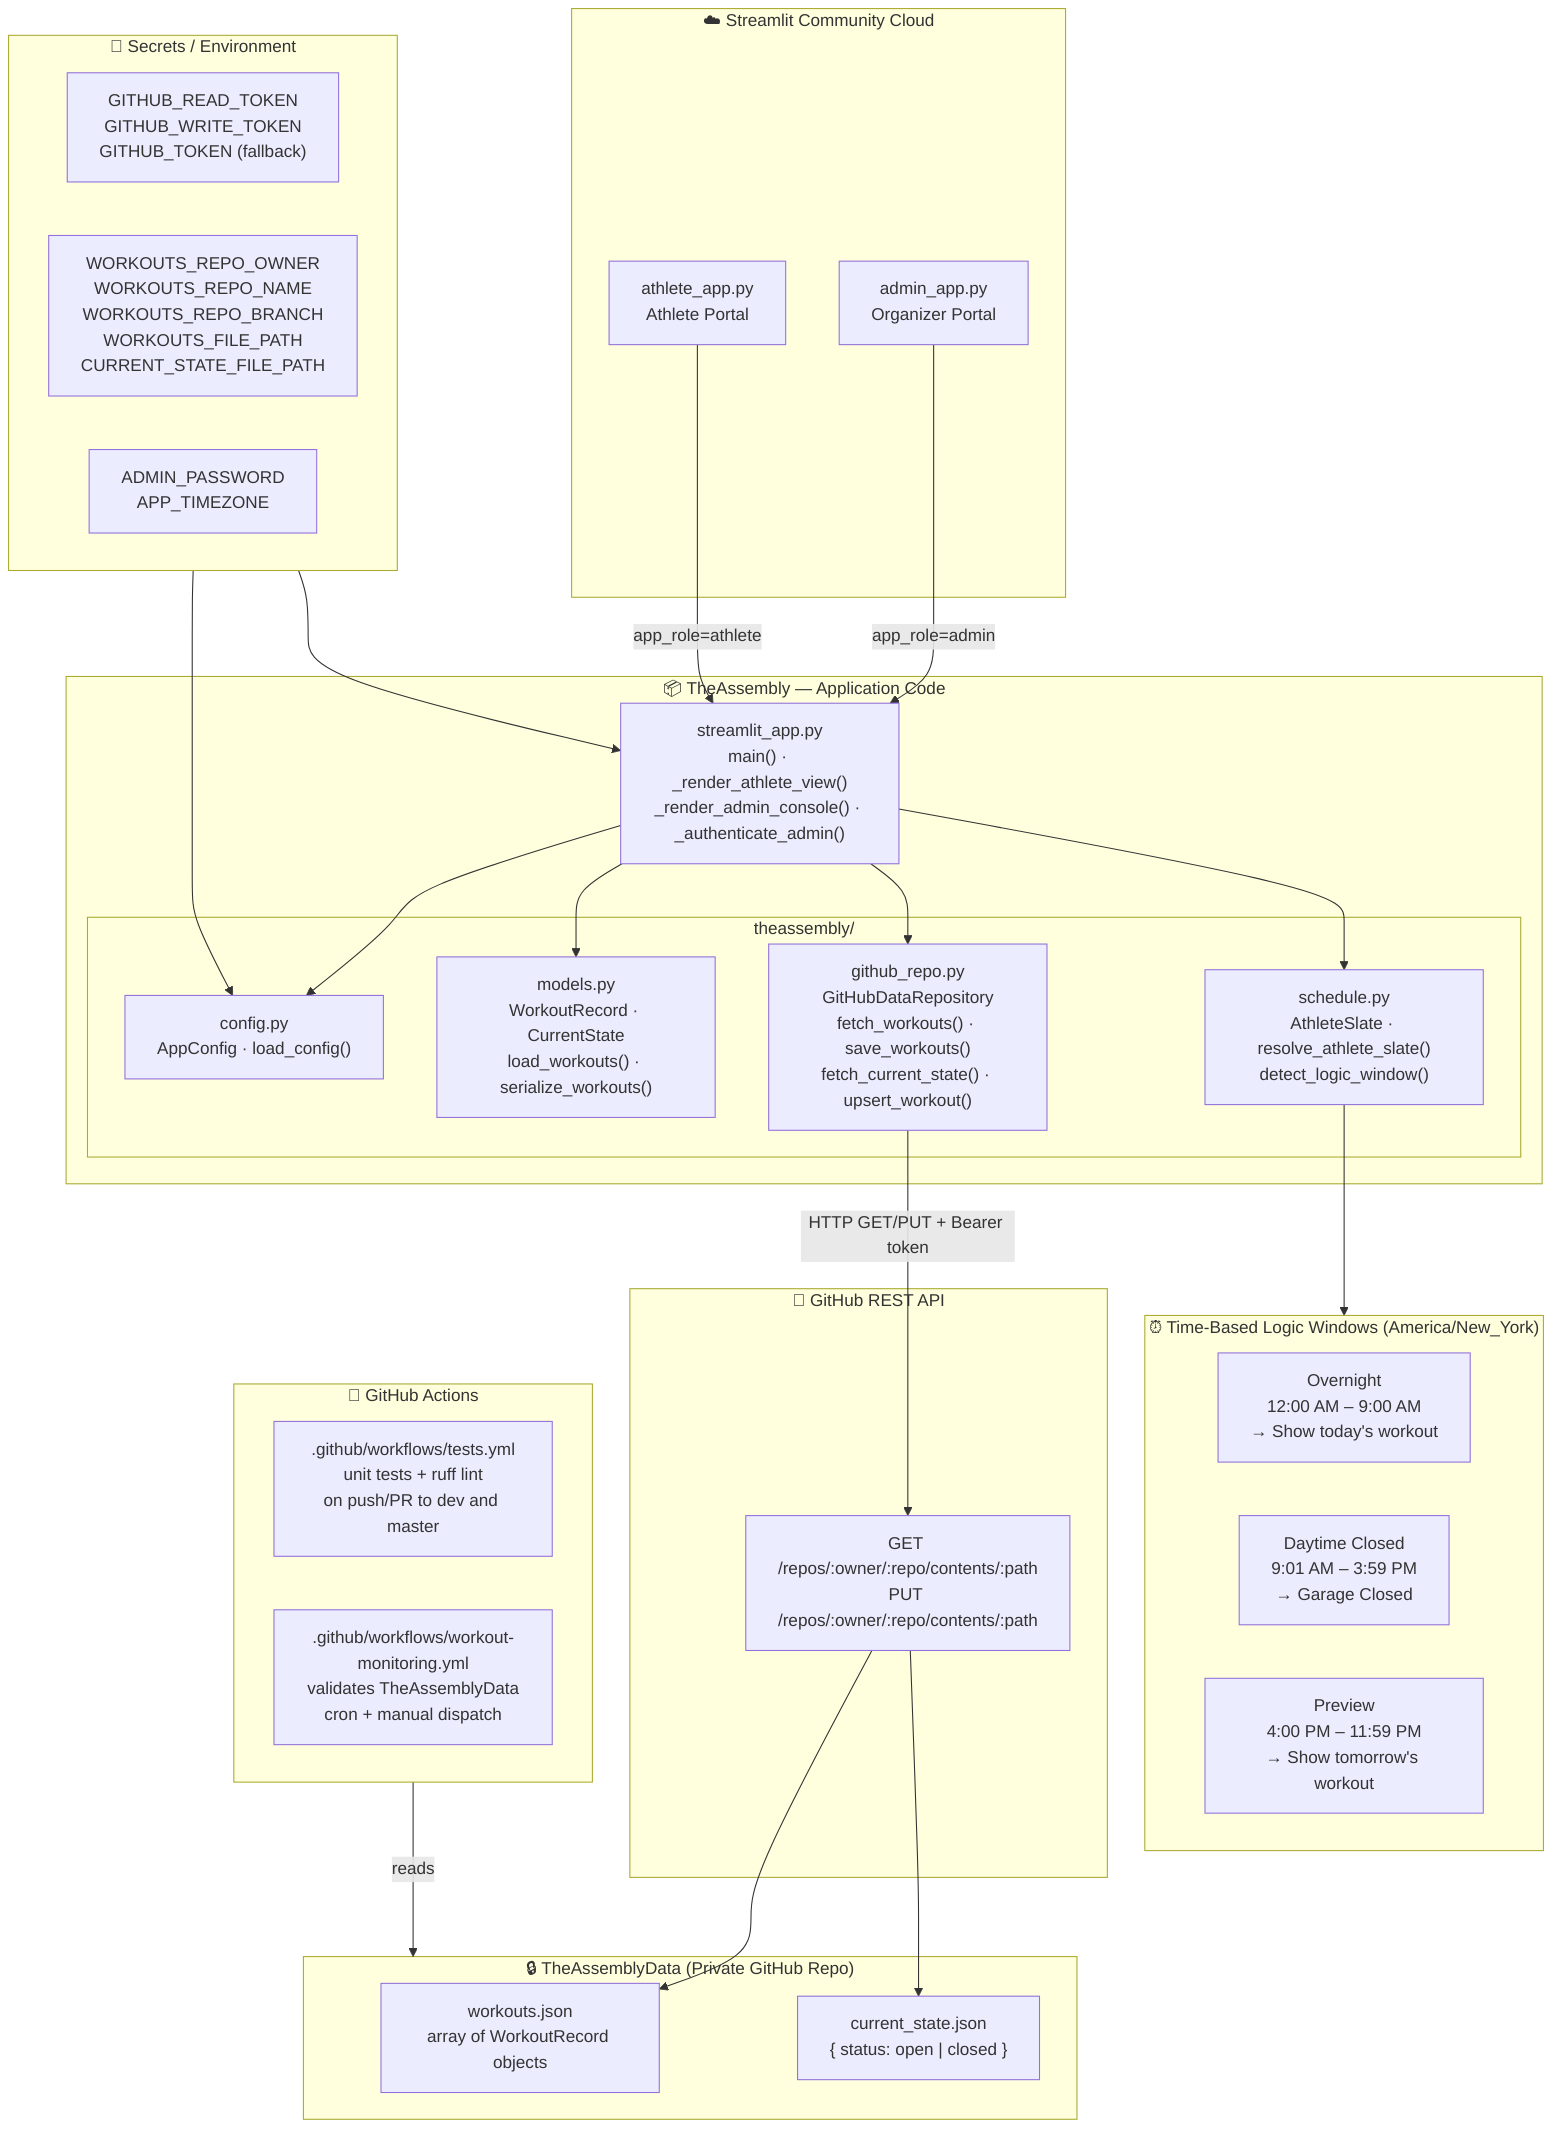
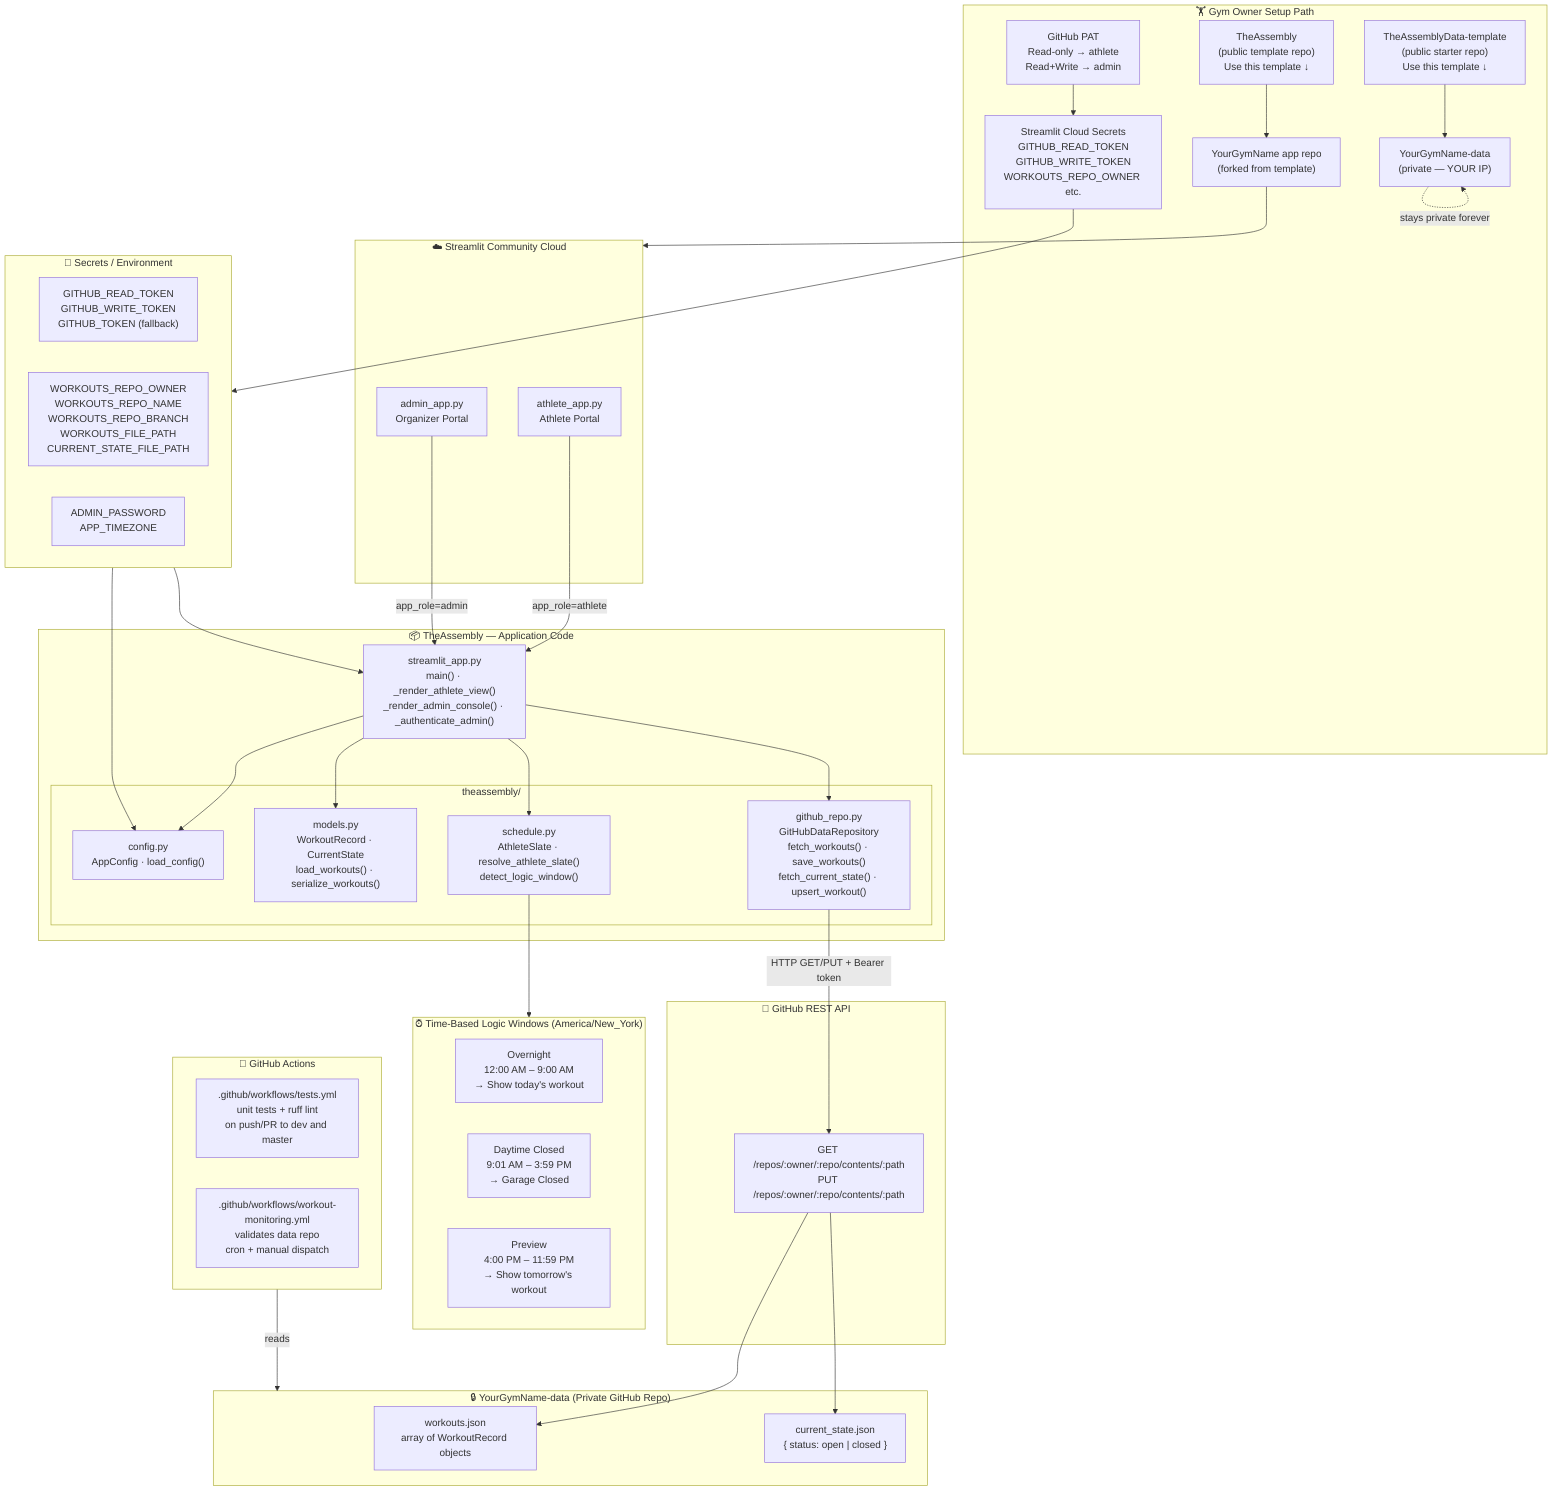
graph TD
+     subgraph GymOwnerSetup["🏋️ Gym Owner Setup Path"]
+         Template["TheAssembly\n(public template repo)\nUse this template ↓"]
+         DataTemplate["TheAssemblyData-template\n(public starter repo)\nUse this template ↓"]
+         GymRepo["YourGymName app repo\n(forked from template)"]
+         GymData["YourGymName-data\n(private — YOUR IP)"]
+         PAT["GitHub PAT\nRead-only → athlete\nRead+Write → admin"]
+         StreamlitSecrets["Streamlit Cloud Secrets\nGITHUB_READ_TOKEN\nGITHUB_WRITE_TOKEN\nWORKOUTS_REPO_OWNER etc."]
+         Template --> GymRepo
+         DataTemplate --> GymData
+         PAT --> StreamlitSecrets
+         GymData -.->|"stays private forever"| GymData
+     end
+ 
    subgraph StreamlitCloud["☁️ Streamlit Community Cloud"]
        AthleteApp["athlete_app.py\nAthlete Portal"]
        AdminApp["admin_app.py\nOrganizer Portal"]
    end

    subgraph TheAssembly["📦 TheAssembly — Application Code"]
        StreamlitApp["streamlit_app.py\nmain() · _render_athlete_view()\n_render_admin_console() · _authenticate_admin()"]
        subgraph Package["theassembly/"]
            Config["config.py\nAppConfig · load_config()"]
            Models["models.py\nWorkoutRecord · CurrentState\nload_workouts() · serialize_workouts()"]
            GHRepo["github_repo.py\nGitHubDataRepository\nfetch_workouts() · save_workouts()\nfetch_current_state() · upsert_workout()"]
            Schedule["schedule.py\nAthleteSlate · resolve_athlete_slate()\ndetect_logic_window()"]
        end
    end

-     subgraph TheAssemblyData["🔒 TheAssemblyData (Private GitHub Repo)"]
+     subgraph PrivateDataRepo["🔒 YourGymName-data (Private GitHub Repo)"]
        WorkoutsJSON["workouts.json\narray of WorkoutRecord objects"]
        StateJSON["current_state.json\n{ status: open | closed }"]
    end

    subgraph GitHubAPI["🐙 GitHub REST API"]
        ContentsAPI["GET /repos/:owner/:repo/contents/:path\nPUT /repos/:owner/:repo/contents/:path"]
    end

    subgraph Secrets["🔑 Secrets / Environment"]
        Tokens["GITHUB_READ_TOKEN\nGITHUB_WRITE_TOKEN\nGITHUB_TOKEN (fallback)"]
        RepoCfg["WORKOUTS_REPO_OWNER\nWORKOUTS_REPO_NAME\nWORKOUTS_REPO_BRANCH\nWORKOUTS_FILE_PATH\nCURRENT_STATE_FILE_PATH"]
        AppCfg["ADMIN_PASSWORD\nAPP_TIMEZONE"]
    end

    subgraph TimeLogic["⏰ Time-Based Logic Windows (America/New_York)"]
        Overnight["Overnight\n12:00 AM – 9:00 AM\n→ Show today's workout"]
        Closed["Daytime Closed\n9:01 AM – 3:59 PM\n→ Garage Closed"]
        Preview["Preview\n4:00 PM – 11:59 PM\n→ Show tomorrow's workout"]
    end

    subgraph CI["🔄 GitHub Actions"]
        TestsWF[".github/workflows/tests.yml\nunit tests + ruff lint\non push/PR to dev and master"]
-         MonitorWF[".github/workflows/workout-monitoring.yml\nvalidates TheAssemblyData\ncron + manual dispatch"]
+         MonitorWF[".github/workflows/workout-monitoring.yml\nvalidates data repo\ncron + manual dispatch"]
    end

+     GymRepo --> StreamlitCloud
+     StreamlitSecrets --> Secrets
    AthleteApp -->|"app_role=athlete"| StreamlitApp
    AdminApp -->|"app_role=admin"| StreamlitApp
    StreamlitApp --> Config
    StreamlitApp --> Models
    StreamlitApp --> GHRepo
    StreamlitApp --> Schedule
    GHRepo -->|"HTTP GET/PUT + Bearer token"| ContentsAPI
    ContentsAPI --> WorkoutsJSON
    ContentsAPI --> StateJSON
    Secrets --> Config
    Secrets --> StreamlitApp
    Schedule --> TimeLogic
-     CI -->|"reads"| TheAssemblyData
+     CI -->|"reads"| PrivateDataRepo
+ 
